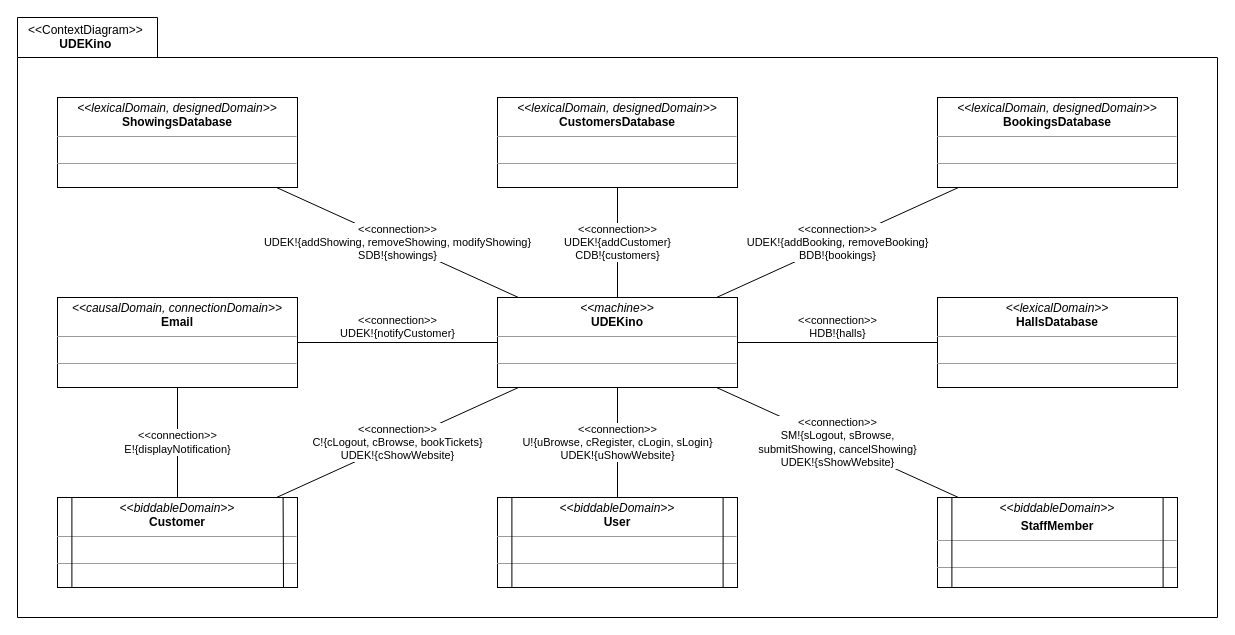
Earlier version of the draw.io diagram a02_context_diagram.drawio (melvdlin/swtlab). Source tidied: cells renumbered, new cells numbered last; positions are measured from the earlier drawing's top-left corner, leaving out a move shared by most shapes. Both pictures are drawn from the tidied source at 100%, with x=0, y=0 at pixel (17, 17).
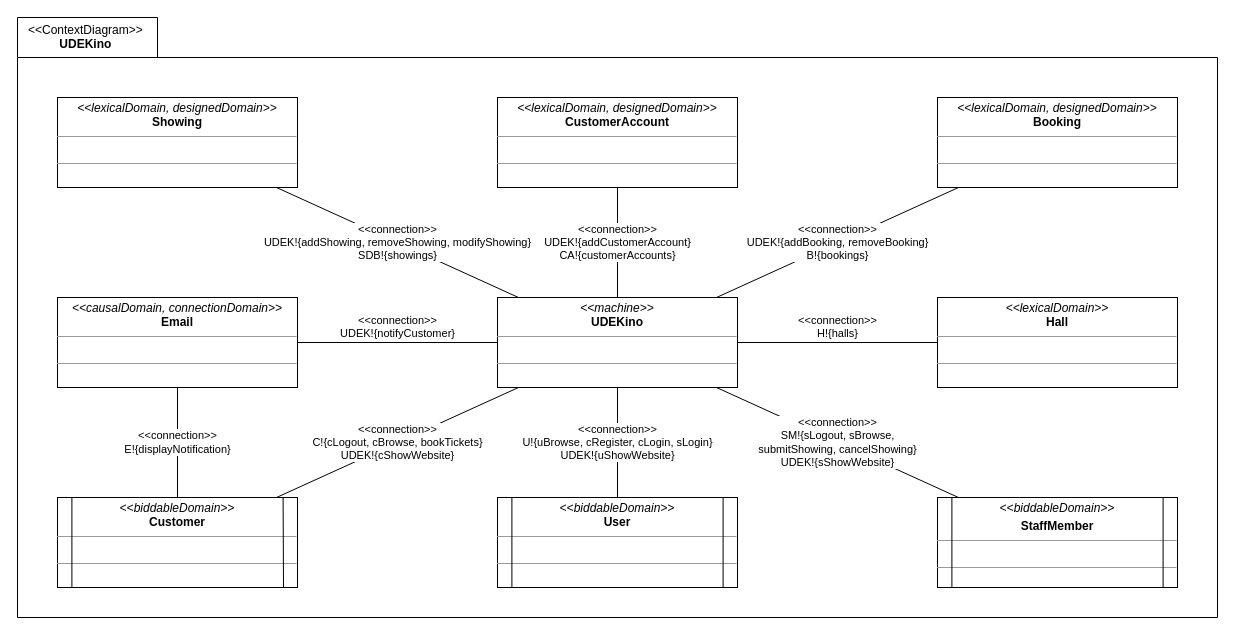
Above is the later version.

Unchanged cells that the change refers to:
```xml
<mxCell id="3" style="group;" parent="1" vertex="1">
  <mxGeometry x="40" y="80" width="1120" height="490" as="geometry" />
</mxCell>
<mxCell id="11" value="&lt;p style=&quot;margin:0px;margin-top:4px;text-align:center;&quot;&gt;&lt;i&gt;&amp;lt;&amp;lt;machine&amp;gt;&amp;gt;&lt;/i&gt;&lt;br&gt;&lt;b&gt;UDEKino&lt;/b&gt;&lt;/p&gt;&lt;hr size=&quot;1&quot;&gt;&lt;p style=&quot;margin:0px;margin-left:4px;&quot;&gt;&lt;br&gt;&lt;/p&gt;&lt;hr size=&quot;1&quot;&gt;&lt;p style=&quot;margin:0px;margin-left:4px;&quot;&gt;&lt;br&gt;&lt;/p&gt;" style="verticalAlign=top;align=left;overflow=fill;fontSize=12;fontFamily=Helvetica;html=1;rounded=0;shadow=0;glass=0;comic=0;sketch=0;fontColor=default;gradientColor=none;" parent="3" vertex="1">
  <mxGeometry x="440" y="200" width="240" height="90" as="geometry" />
</mxCell>
```

Diff of the diagram source:
```diff
@@
-    <mxCell id="4" value="&lt;p style=&quot;margin: 0px ; margin-top: 4px ; text-align: center&quot;&gt;&lt;i&gt;&amp;lt;&amp;lt;lexicalDomain, designedDomain&amp;gt;&amp;gt;&lt;/i&gt;&lt;br&gt;&lt;b&gt;ShowingsDatabase&lt;/b&gt;&lt;/p&gt;&lt;hr size=&quot;1&quot;&gt;&lt;p style=&quot;margin: 0px ; margin-left: 4px&quot;&gt;&lt;br&gt;&lt;/p&gt;&lt;hr size=&quot;1&quot;&gt;&lt;p style=&quot;margin: 0px ; margin-left: 4px&quot;&gt;&lt;br&gt;&lt;/p&gt;" style="verticalAlign=top;align=left;overflow=fill;fontSize=12;fontFamily=Helvetica;html=1;rounded=0;shadow=0;glass=0;comic=0;sketch=0;fontColor=default;gradientColor=none;strokeWidth=1;" parent="3" vertex="1">
+    <mxCell id="4" value="&lt;p style=&quot;margin: 0px ; margin-top: 4px ; text-align: center&quot;&gt;&lt;i&gt;&amp;lt;&amp;lt;lexicalDomain, designedDomain&amp;gt;&amp;gt;&lt;/i&gt;&lt;br&gt;&lt;b&gt;Showing&lt;/b&gt;&lt;/p&gt;&lt;hr size=&quot;1&quot;&gt;&lt;p style=&quot;margin: 0px ; margin-left: 4px&quot;&gt;&lt;br&gt;&lt;/p&gt;&lt;hr size=&quot;1&quot;&gt;&lt;p style=&quot;margin: 0px ; margin-left: 4px&quot;&gt;&lt;br&gt;&lt;/p&gt;" style="verticalAlign=top;align=left;overflow=fill;fontSize=12;fontFamily=Helvetica;html=1;rounded=0;shadow=0;glass=0;comic=0;sketch=0;fontColor=default;gradientColor=none;strokeWidth=1;" parent="3" vertex="1">
       <mxGeometry width="240" height="90" as="geometry" />
     </mxCell>
-    <mxCell id="5" value="&lt;p style=&quot;margin: 0px ; margin-top: 4px ; text-align: center&quot;&gt;&lt;i&gt;&amp;lt;&amp;lt;lexicalDomain, designedDomain&amp;gt;&amp;gt;&lt;/i&gt;&lt;br&gt;&lt;b&gt;CustomersDatabase&lt;/b&gt;&lt;/p&gt;&lt;hr size=&quot;1&quot;&gt;&lt;p style=&quot;margin: 0px ; margin-left: 4px&quot;&gt;&lt;br&gt;&lt;/p&gt;&lt;hr size=&quot;1&quot;&gt;&lt;p style=&quot;margin: 0px ; margin-left: 4px&quot;&gt;&lt;br&gt;&lt;/p&gt;" style="verticalAlign=top;align=left;overflow=fill;fontSize=12;fontFamily=Helvetica;html=1;rounded=0;shadow=0;glass=0;comic=0;sketch=0;fontColor=default;gradientColor=none;strokeWidth=1;" parent="3" vertex="1">
+    <mxCell id="5" value="&lt;p style=&quot;margin: 0px ; margin-top: 4px ; text-align: center&quot;&gt;&lt;i&gt;&amp;lt;&amp;lt;lexicalDomain, designedDomain&amp;gt;&amp;gt;&lt;/i&gt;&lt;br&gt;&lt;b&gt;CustomerAccount&lt;/b&gt;&lt;/p&gt;&lt;hr size=&quot;1&quot;&gt;&lt;p style=&quot;margin: 0px ; margin-left: 4px&quot;&gt;&lt;br&gt;&lt;/p&gt;&lt;hr size=&quot;1&quot;&gt;&lt;p style=&quot;margin: 0px ; margin-left: 4px&quot;&gt;&lt;br&gt;&lt;/p&gt;" style="verticalAlign=top;align=left;overflow=fill;fontSize=12;fontFamily=Helvetica;html=1;rounded=0;shadow=0;glass=0;comic=0;sketch=0;fontColor=default;gradientColor=none;strokeWidth=1;" parent="3" vertex="1">
       <mxGeometry x="440" width="240" height="90" as="geometry" />
     </mxCell>
-    <mxCell id="6" value="&lt;p style=&quot;margin: 0px ; margin-top: 4px ; text-align: center&quot;&gt;&lt;i&gt;&amp;lt;&amp;lt;lexicalDomain, designedDomain&amp;gt;&amp;gt;&lt;/i&gt;&lt;br&gt;&lt;b&gt;BookingsDatabase&lt;/b&gt;&lt;/p&gt;&lt;hr size=&quot;1&quot;&gt;&lt;p style=&quot;margin: 0px ; margin-left: 4px&quot;&gt;&lt;br&gt;&lt;/p&gt;&lt;hr size=&quot;1&quot;&gt;&lt;p style=&quot;margin: 0px ; margin-left: 4px&quot;&gt;&lt;br&gt;&lt;/p&gt;" style="verticalAlign=top;align=left;overflow=fill;fontSize=12;fontFamily=Helvetica;html=1;rounded=0;shadow=0;glass=0;comic=0;sketch=0;fontColor=default;gradientColor=none;strokeWidth=1;" parent="3" vertex="1">
+    <mxCell id="6" value="&lt;p style=&quot;margin: 0px ; margin-top: 4px ; text-align: center&quot;&gt;&lt;i&gt;&amp;lt;&amp;lt;lexicalDomain, designedDomain&amp;gt;&amp;gt;&lt;/i&gt;&lt;br&gt;&lt;b&gt;Booking&lt;/b&gt;&lt;/p&gt;&lt;hr size=&quot;1&quot;&gt;&lt;p style=&quot;margin: 0px ; margin-left: 4px&quot;&gt;&lt;br&gt;&lt;/p&gt;&lt;hr size=&quot;1&quot;&gt;&lt;p style=&quot;margin: 0px ; margin-left: 4px&quot;&gt;&lt;br&gt;&lt;/p&gt;" style="verticalAlign=top;align=left;overflow=fill;fontSize=12;fontFamily=Helvetica;html=1;rounded=0;shadow=0;glass=0;comic=0;sketch=0;fontColor=default;gradientColor=none;strokeWidth=1;" parent="3" vertex="1">
       <mxGeometry x="880" width="240" height="90" as="geometry" />
     </mxCell>
@@
-    <mxCell id="9" value="&amp;lt;&amp;lt;connection&amp;gt;&amp;gt;&lt;br&gt;UDEK!{addCustomer}&lt;br&gt;CDB!{customers}" style="edgeStyle=none;shape=connector;rounded=0;jettySize=auto;html=1;labelBackgroundColor=default;fontFamily=Helvetica;fontSize=11;fontColor=default;endArrow=none;endFill=0;strokeColor=default;strokeWidth=1;" parent="3" edge="1" source="11" target="5">
+    <mxCell id="9" value="&amp;lt;&amp;lt;connection&amp;gt;&amp;gt;&lt;br&gt;UDEK!{addCustomerAccount}&lt;br&gt;CA!{customerAccounts}" style="edgeStyle=none;shape=connector;rounded=0;jettySize=auto;html=1;labelBackgroundColor=default;fontFamily=Helvetica;fontSize=11;fontColor=default;endArrow=none;endFill=0;strokeColor=default;strokeWidth=1;" parent="3" edge="1" source="11" target="5">
       <mxGeometry relative="1" as="geometry" />
     </mxCell>
-    <mxCell id="10" value="&amp;lt;&amp;lt;connection&amp;gt;&amp;gt;&lt;br&gt;UDEK!{addBooking, removeBooking}&lt;br&gt;BDB!{bookings}" style="edgeStyle=none;shape=connector;rounded=0;jettySize=auto;html=1;labelBackgroundColor=default;fontFamily=Helvetica;fontSize=11;fontColor=default;endArrow=none;endFill=0;strokeColor=default;strokeWidth=1;" parent="3" edge="1" source="11" target="6">
+    <mxCell id="10" value="&amp;lt;&amp;lt;connection&amp;gt;&amp;gt;&lt;br&gt;UDEK!{addBooking, removeBooking}&lt;br&gt;B!{bookings}" style="edgeStyle=none;shape=connector;rounded=0;jettySize=auto;html=1;labelBackgroundColor=default;fontFamily=Helvetica;fontSize=11;fontColor=default;endArrow=none;endFill=0;strokeColor=default;strokeWidth=1;" parent="3" edge="1" source="11" target="6">
       <mxGeometry relative="1" as="geometry" />
     </mxCell>
@@
-    <mxCell id="14" value="&lt;p style=&quot;margin: 0px ; margin-top: 4px ; text-align: center&quot;&gt;&lt;i&gt;&amp;lt;&amp;lt;lexicalDomain&amp;gt;&amp;gt;&lt;/i&gt;&lt;br&gt;&lt;b&gt;HallsDatabase&lt;/b&gt;&lt;/p&gt;&lt;hr size=&quot;1&quot;&gt;&lt;p style=&quot;margin: 0px ; margin-left: 4px&quot;&gt;&lt;br&gt;&lt;/p&gt;&lt;hr size=&quot;1&quot;&gt;&lt;p style=&quot;margin: 0px ; margin-left: 4px&quot;&gt;&lt;br&gt;&lt;/p&gt;" style="verticalAlign=top;align=left;overflow=fill;fontSize=12;fontFamily=Helvetica;html=1;rounded=0;shadow=0;glass=0;comic=0;sketch=0;fontColor=default;gradientColor=none;" parent="3" vertex="1">
+    <mxCell id="14" value="&lt;p style=&quot;margin: 0px ; margin-top: 4px ; text-align: center&quot;&gt;&lt;i&gt;&amp;lt;&amp;lt;lexicalDomain&amp;gt;&amp;gt;&lt;/i&gt;&lt;br&gt;&lt;b&gt;Hall&lt;/b&gt;&lt;/p&gt;&lt;hr size=&quot;1&quot;&gt;&lt;p style=&quot;margin: 0px ; margin-left: 4px&quot;&gt;&lt;br&gt;&lt;/p&gt;&lt;hr size=&quot;1&quot;&gt;&lt;p style=&quot;margin: 0px ; margin-left: 4px&quot;&gt;&lt;br&gt;&lt;/p&gt;" style="verticalAlign=top;align=left;overflow=fill;fontSize=12;fontFamily=Helvetica;html=1;rounded=0;shadow=0;glass=0;comic=0;sketch=0;fontColor=default;gradientColor=none;" parent="3" vertex="1">
       <mxGeometry x="880" y="200" width="240" height="90" as="geometry" />
     </mxCell>
-    <mxCell id="15" value="&amp;lt;&amp;lt;connection&amp;gt;&amp;gt;&lt;br&gt;HDB!{halls}" style="edgeStyle=none;rounded=0;jettySize=auto;html=1;endArrow=none;endFill=0;verticalAlign=bottom;" parent="3" edge="1" source="11" target="14">
+    <mxCell id="15" value="&amp;lt;&amp;lt;connection&amp;gt;&amp;gt;&lt;br&gt;H!{halls}" style="edgeStyle=none;rounded=0;jettySize=auto;html=1;endArrow=none;endFill=0;verticalAlign=bottom;" parent="3" edge="1" source="11" target="14">
       <mxGeometry relative="1" as="geometry" />
     </mxCell>
```
